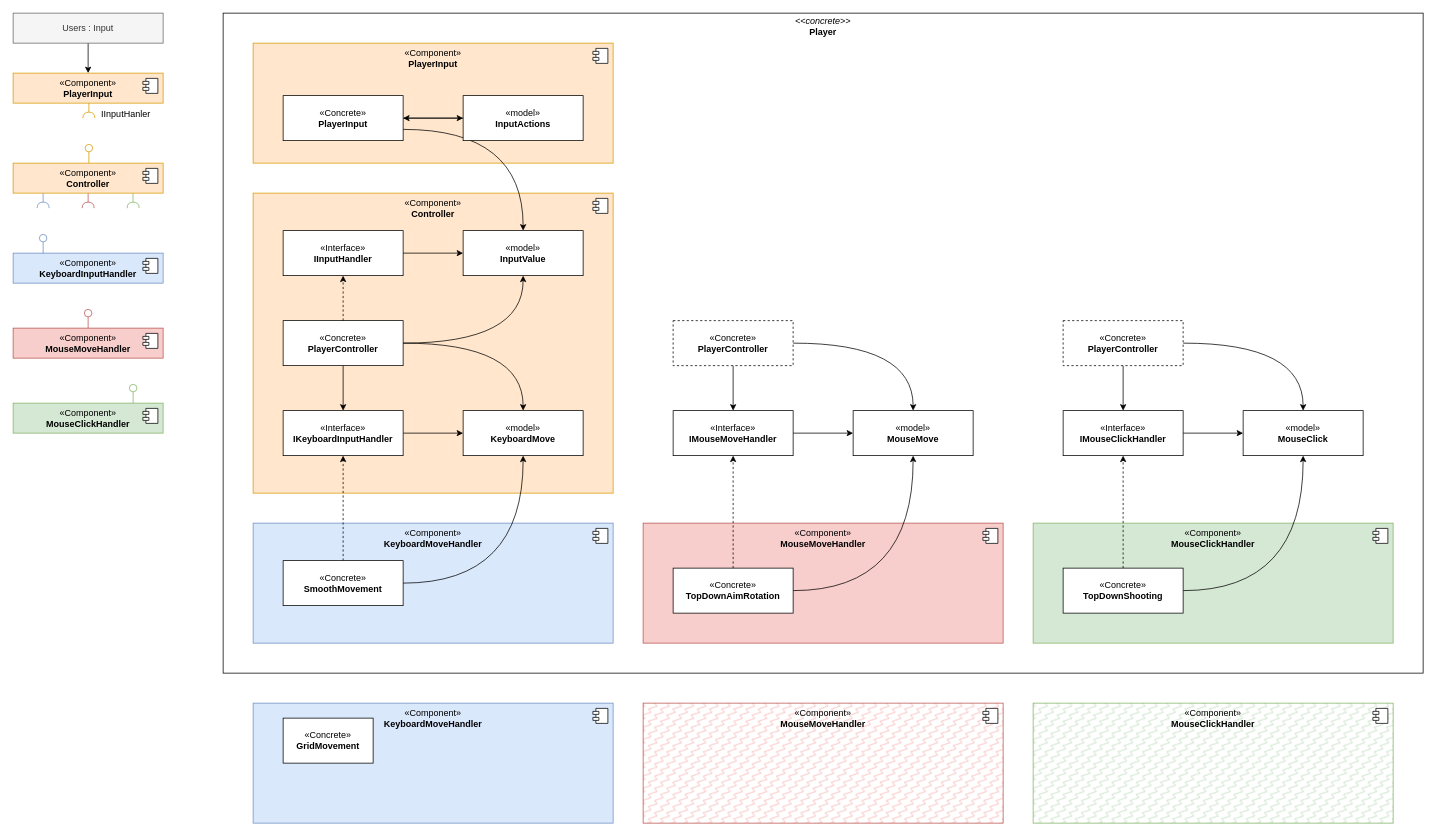
Above: ComponentDiagram.drawio in Zif1519/PersonalProject2 (draw.io), before the change. Source tidied: cells renumbered, new cells numbered last; positions are measured from the earlier drawing's top-left corner, leaving out a move shared by most shapes. Both pictures are drawn from the tidied source at 75%, with x=0, y=0 at pixel (13, 13).
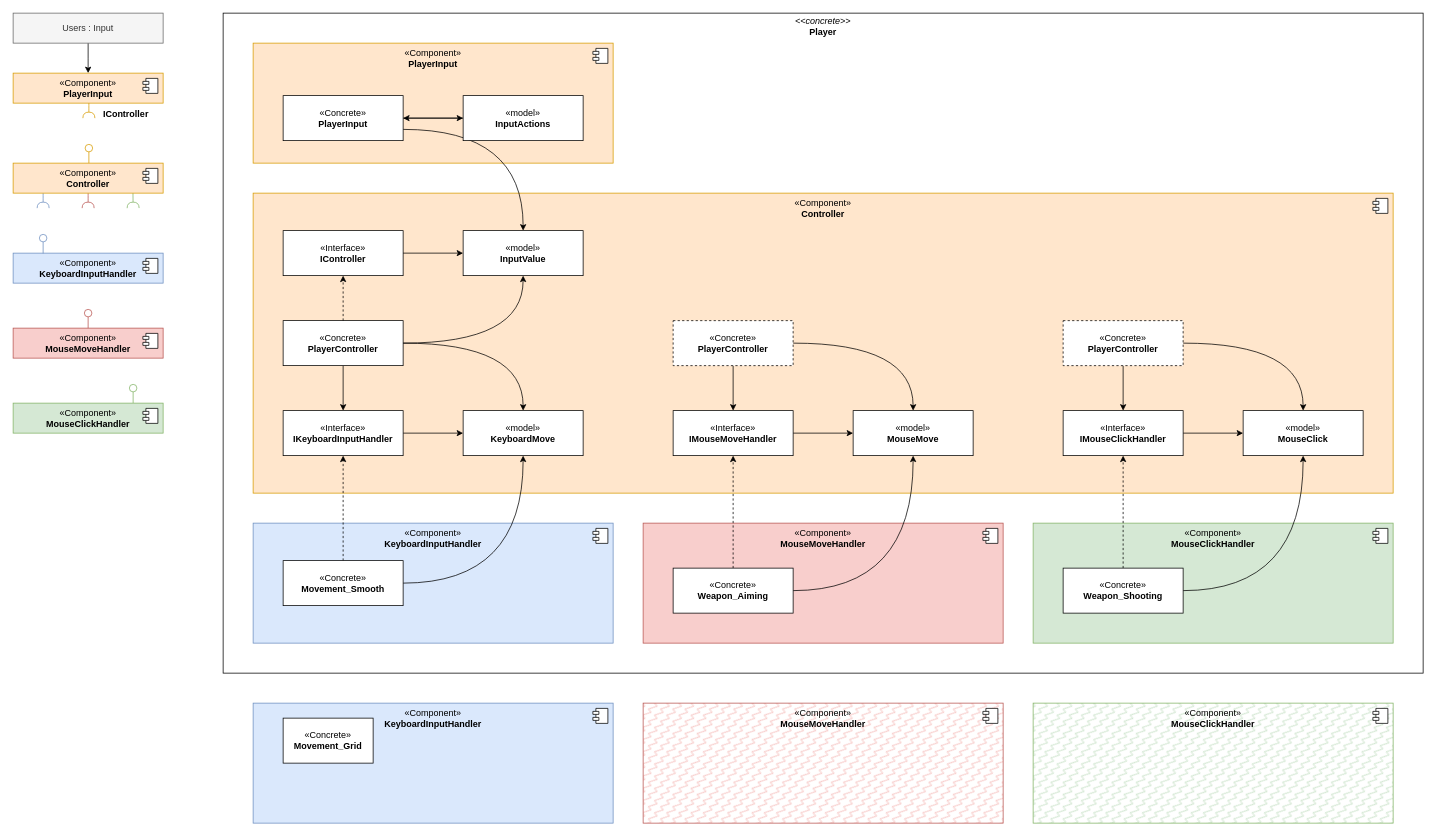
The same page after the edit.

Change to the diagram source:
```diff
@@
     <mxCell id="17" value="«Component»&lt;br&gt;&lt;b&gt;Controller&lt;br&gt;&lt;/b&gt;" style="html=1;whiteSpace=wrap;verticalAlign=top;fillStyle=auto;fillColor=#ffe6cc;strokeColor=#d79b00;" parent="1" vertex="1">
-      <mxGeometry x="320" y="240" width="480" height="400" as="geometry" />
+      <mxGeometry x="320" y="240" width="1520" height="400" as="geometry" />
     </mxCell>
@@
-    <mxCell id="40" value="«Interface»&lt;br&gt;&lt;b&gt;IInputHandler&lt;/b&gt;" style="html=1;whiteSpace=wrap;verticalAlign=middle;" parent="1" vertex="1">
+    <mxCell id="40" value="«Interface»&lt;br&gt;&lt;b&gt;IController&lt;/b&gt;" style="html=1;whiteSpace=wrap;verticalAlign=middle;" parent="1" vertex="1">
       <mxGeometry x="360" y="290" width="160" height="60" as="geometry" />
     </mxCell>
@@
-    <mxCell id="47" value="«Component»&lt;br style=&quot;border-color: var(--border-color);&quot;&gt;&lt;b&gt;KeyboardMoveHandler&lt;/b&gt;" style="html=1;whiteSpace=wrap;verticalAlign=top;fillStyle=auto;fillColor=#dae8fc;strokeColor=#6c8ebf;" parent="1" vertex="1">
+    <mxCell id="47" value="«Component»&lt;br style=&quot;border-color: var(--border-color);&quot;&gt;&lt;b style=&quot;border-color: var(--border-color);&quot;&gt;KeyboardInputHandler&lt;/b&gt;" style="html=1;whiteSpace=wrap;verticalAlign=top;fillStyle=auto;fillColor=#dae8fc;strokeColor=#6c8ebf;" parent="1" vertex="1">
       <mxGeometry x="320" y="680" width="480" height="160" as="geometry" />
     </mxCell>
@@
-    <mxCell id="51" value="«Concrete»&lt;br&gt;&lt;b&gt;SmoothMovement&lt;/b&gt;" style="html=1;whiteSpace=wrap;verticalAlign=middle;" parent="1" vertex="1">
+    <mxCell id="51" value="«Concrete»&lt;br&gt;&lt;b&gt;Movement_&lt;/b&gt;&lt;b style=&quot;border-color: var(--border-color);&quot;&gt;Smooth&lt;/b&gt;" style="html=1;whiteSpace=wrap;verticalAlign=middle;" parent="1" vertex="1">
       <mxGeometry x="360" y="730" width="160" height="60" as="geometry" />
     </mxCell>
-    <mxCell id="52" value="«Component»&lt;br style=&quot;border-color: var(--border-color);&quot;&gt;&lt;b&gt;KeyboardMoveHandler&lt;/b&gt;" style="html=1;whiteSpace=wrap;verticalAlign=top;fillStyle=auto;fillColor=#dae8fc;strokeColor=#6c8ebf;" parent="1" vertex="1">
+    <mxCell id="52" value="«Component»&lt;br style=&quot;border-color: var(--border-color);&quot;&gt;&lt;b style=&quot;border-color: var(--border-color);&quot;&gt;KeyboardInputHandler&lt;/b&gt;" style="html=1;whiteSpace=wrap;verticalAlign=top;fillStyle=auto;fillColor=#dae8fc;strokeColor=#6c8ebf;" parent="1" vertex="1">
       <mxGeometry x="320" y="920" width="480" height="160" as="geometry" />
     </mxCell>
@@
-    <mxCell id="54" value="«Concrete»&lt;br&gt;&lt;b&gt;GridMovement&lt;/b&gt;" style="html=1;whiteSpace=wrap;verticalAlign=middle;" parent="1" vertex="1">
+    <mxCell id="54" value="«Concrete»&lt;br&gt;&lt;b&gt;Movement_&lt;/b&gt;&lt;b style=&quot;border-color: var(--border-color);&quot;&gt;Grid&lt;/b&gt;" style="html=1;whiteSpace=wrap;verticalAlign=middle;" parent="1" vertex="1">
       <mxGeometry x="360" y="940" width="120" height="60" as="geometry" />
     </mxCell>
@@
-    <mxCell id="77" value="«Concrete»&lt;br&gt;&lt;b&gt;TopDownAimRotation&lt;/b&gt;" style="html=1;whiteSpace=wrap;verticalAlign=middle;" parent="1" vertex="1">
+    <mxCell id="77" value="«Concrete»&lt;br&gt;&lt;b&gt;Weapon_Aiming&lt;/b&gt;" style="html=1;whiteSpace=wrap;verticalAlign=middle;" parent="1" vertex="1">
       <mxGeometry x="880" y="740" width="160" height="60" as="geometry" />
     </mxCell>
@@
-    <mxCell id="80" value="«Concrete»&lt;br&gt;&lt;b&gt;TopDownShooting&lt;/b&gt;" style="html=1;whiteSpace=wrap;verticalAlign=middle;" parent="1" vertex="1">
+    <mxCell id="80" value="«Concrete»&lt;br&gt;&lt;b&gt;Weapon_Shooting&lt;br&gt;&lt;/b&gt;" style="html=1;whiteSpace=wrap;verticalAlign=middle;" parent="1" vertex="1">
       <mxGeometry x="1400" y="740" width="160" height="60" as="geometry" />
     </mxCell>
-    <mxCell id="81" value="IInputHanler" style="text;html=1;align=center;verticalAlign=middle;strokeColor=none;fillColor=none;" parent="1" vertex="1">
-      <mxGeometry x="105" y="120" width="90" height="30" as="geometry" />
+    <mxCell id="81" value="&lt;b style=&quot;border-color: var(--border-color);&quot;&gt;IController&lt;/b&gt;" style="text;html=1;align=center;verticalAlign=middle;strokeColor=none;fillColor=none;" parent="1" vertex="1">
+      <mxGeometry x="110" y="120" width="80" height="30" as="geometry" />
     </mxCell>
```
